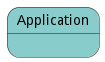
Before: docs/edgemere/aml/models/application/statenet.png, a diagram exported from PlantUML (madajaju/edgemere). The source it was exported from:
```plantuml
@startuml



state Application #88cccc {




}


@enduml
```
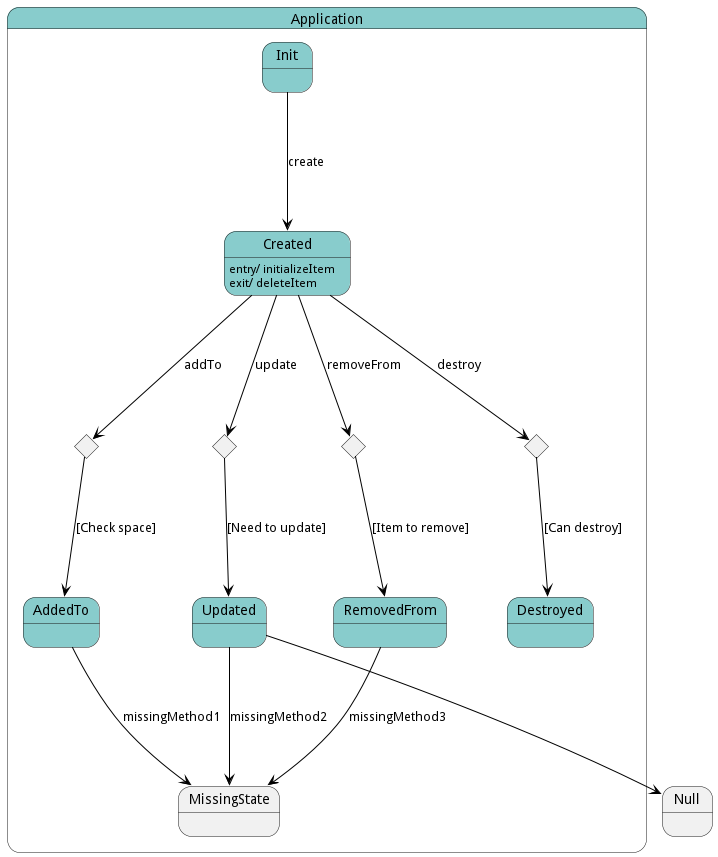
Later version of the same file.

What changed in the source:
```diff
@@ -4,10 +4,63 @@
 
 state Application #88cccc {
 
+    state Init #88cccc {
+    }
+
+    state Created #88cccc {
+    }
+
+    state AddedTo #88cccc {
+    }
+
+    state Updated #88cccc {
+    }
+
+    state RemovedFrom #88cccc {
+    }
+
+    state Destroyed #88cccc {
+    }
 
 
+
+
+Init -[#black]--> Created : create
+
+Created: entry/ initializeItem
+
+Created: exit/ deleteItem
+
+state addToCondition <<choice>>
+Created -[#black]--> addToCondition : addTo
+
+addToCondition -[#black]--> AddedTo: [Check space]
+
+state updateCondition <<choice>>
+Created -[#black]--> updateCondition : update
+
+updateCondition -[#black]--> Updated: [Need to update]
+
+state removeFromCondition <<choice>>
+Created -[#black]--> removeFromCondition : removeFrom
+
+removeFromCondition -[#black]--> RemovedFrom: [Item to remove]
+
+state destroyCondition <<choice>>
+Created -[#black]--> destroyCondition : destroy
+
+destroyCondition -[#black]--> Destroyed: [Can destroy]
+
+AddedTo -[#black]--> MissingState : missingMethod1
+
+Updated -[#black]--> MissingState : missingMethod2
+
+RemovedFrom -[#black]--> MissingState : missingMethod3
 
 }
 
 
+ Updated -[#black]--> Null
+
+
 @enduml
```
